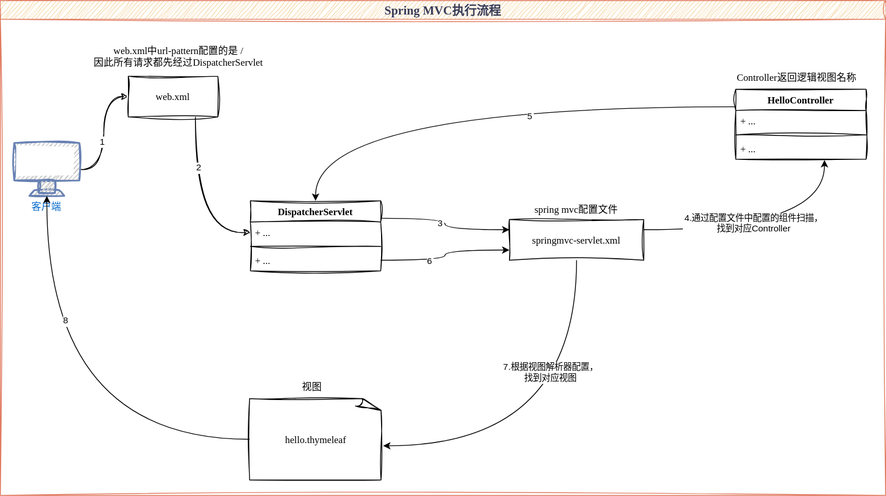
This is diagrams/java_serve/web_application/mvc/SpringMVC执行过程.svg from luguosong/images, a draw.io export, as it was before one commit. Source tidied: cells renumbered, new cells last; positions are measured from the earlier drawing's top-left corner, leaving out a move shared by most shapes.
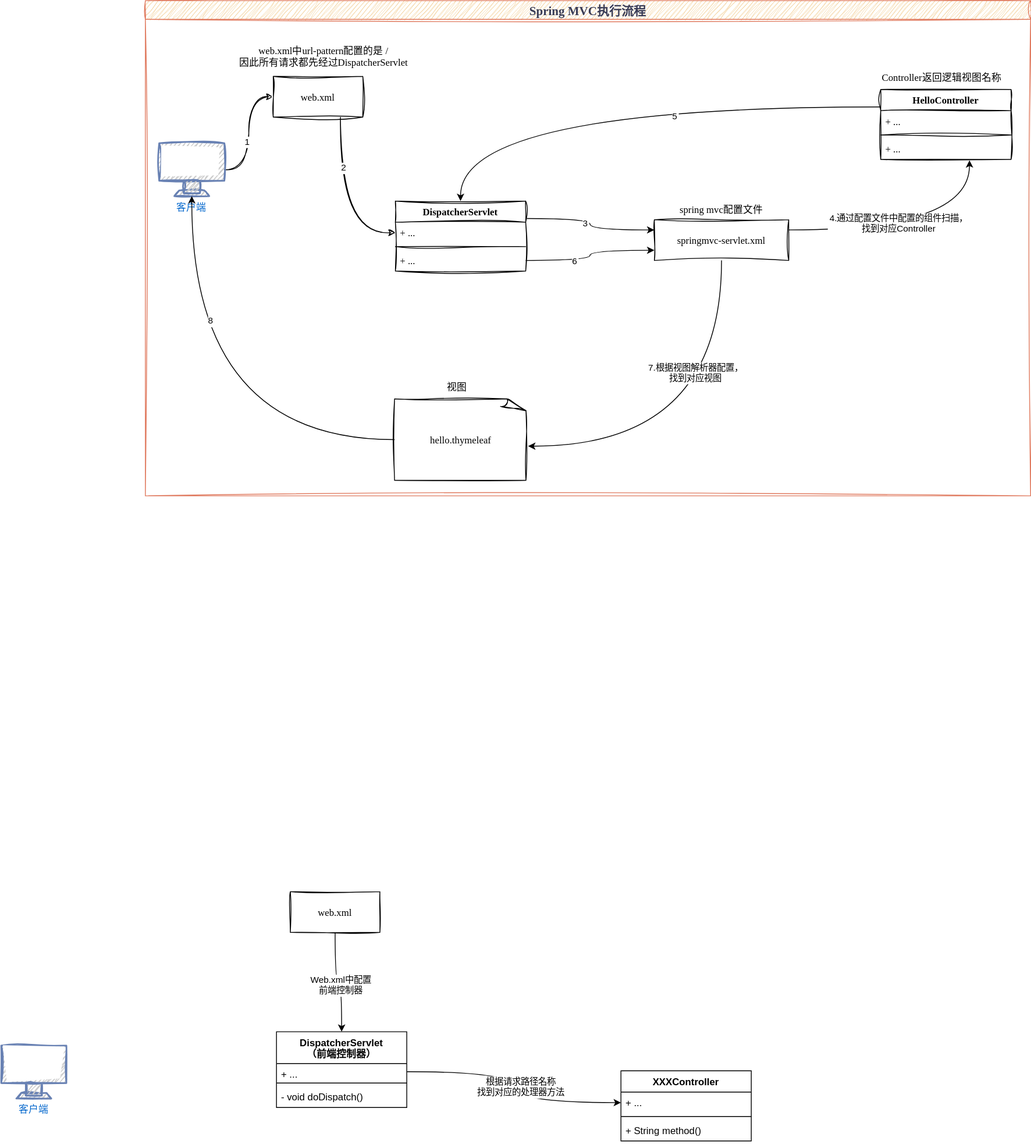
After the commit.

Commit message:
更新SpringMVC执行过程.svg

The edit, as a diff of the source:
```diff
@@ -107,5 +107,49 @@
     <mxCell id="34" value="8" style="edgeLabel;align=center;verticalAlign=middle;" parent="33" vertex="1">
       <mxGeometry x="0.45" y="-23" relative="1" as="geometry" />
     </mxCell>
+    <mxCell id="35" value="DispatcherServlet&#10;（前端控制器）" style="swimlane;fontStyle=1;align=center;verticalAlign=top;horizontal=1;startSize=39;" parent="1" vertex="1">
+      <mxGeometry x="161" y="1266" width="160" height="93" as="geometry" />
+    </mxCell>
+    <mxCell id="36" value="+ ..." style="text;strokeColor=none;fillColor=none;align=left;verticalAlign=top;spacingLeft=4;spacingRight=4;overflow=hidden;points=[[0,0.5],[1,0.5]];portConstraint=eastwest;" parent="35" vertex="1">
+      <mxGeometry y="39" width="160" height="20" as="geometry" />
+    </mxCell>
+    <mxCell id="37" style="line;strokeWidth=1;fillColor=none;align=left;verticalAlign=middle;spacingTop=-1;spacingLeft=3;spacingRight=3;labelPosition=right;strokeColor=inherit;" parent="35" vertex="1">
+      <mxGeometry y="59" width="160" height="8" as="geometry" />
+    </mxCell>
+    <mxCell id="38" value="- void doDispatch()" style="text;strokeColor=none;fillColor=none;align=left;verticalAlign=top;spacingLeft=4;spacingRight=4;overflow=hidden;" parent="35" vertex="1">
+      <mxGeometry y="67" width="160" height="26" as="geometry" />
+    </mxCell>
+    <mxCell id="39" value="客户端" style="fontColor=#0066CC;verticalAlign=top;verticalLabelPosition=bottom;labelPosition=center;align=center;fillColor=#CCCCCC;strokeColor=#6881B3;gradientColor=none;gradientDirection=north;strokeWidth=2;shape=mxgraph.networks.monitor;sketch=1;hachureGap=4;jiggle=2;curveFitting=1;fontFamily=LXGW WenKai;" parent="1" vertex="1">
+      <mxGeometry x="-177" y="1283" width="80" height="65" as="geometry" />
+    </mxCell>
+    <mxCell id="40" style="edgeStyle=orthogonalEdgeStyle;curved=1;rounded=0;jettySize=auto;exitX=0.5;exitY=1;exitDx=0;exitDy=0;" parent="1" edge="1" source="42" target="35">
+      <mxGeometry relative="1" as="geometry" />
+    </mxCell>
+    <mxCell id="41" value="Web.xml中配置&#10;前端控制器" style="edgeLabel;align=center;verticalAlign=middle;" parent="40" vertex="1">
+      <mxGeometry x="0.11" y="-1" relative="1" as="geometry" />
+    </mxCell>
+    <mxCell id="42" value="web.xml" style="fontFamily=LXGW WenKai;sketch=1;curveFitting=1;jiggle=2;" parent="1" vertex="1">
+      <mxGeometry x="178" y="1094" width="110" height="50" as="geometry" />
+    </mxCell>
+    <mxCell id="43" value="XXXController" style="swimlane;fontStyle=1;align=center;verticalAlign=top;horizontal=1;startSize=26;" parent="1" vertex="1">
+      <mxGeometry x="584" y="1314" width="160" height="86" as="geometry" />
+    </mxCell>
+    <mxCell id="44" value="+ ..." style="text;strokeColor=none;fillColor=none;align=left;verticalAlign=top;spacingLeft=4;spacingRight=4;overflow=hidden;points=[[0,0.5],[1,0.5]];portConstraint=eastwest;" parent="43" vertex="1">
+      <mxGeometry y="26" width="160" height="26" as="geometry" />
+    </mxCell>
+    <mxCell id="45" style="line;strokeWidth=1;fillColor=none;align=left;verticalAlign=middle;spacingTop=-1;spacingLeft=3;spacingRight=3;labelPosition=right;strokeColor=inherit;" parent="43" vertex="1">
+      <mxGeometry y="52" width="160" height="8" as="geometry" />
+    </mxCell>
+    <mxCell id="46" value="+ String method()" style="text;strokeColor=none;fillColor=none;align=left;verticalAlign=top;spacingLeft=4;spacingRight=4;overflow=hidden;" parent="43" vertex="1">
+      <mxGeometry y="60" width="160" height="26" as="geometry" />
+    </mxCell>
+    <mxCell id="47" style="edgeStyle=orthogonalEdgeStyle;curved=1;rounded=0;jettySize=auto;exitX=1;exitY=0.5;exitDx=0;exitDy=0;entryX=0;entryY=0.5;entryDx=0;entryDy=0;" parent="1" edge="1" source="36" target="44">
+      <mxGeometry relative="1" as="geometry" />
+    </mxCell>
+    <mxCell id="48" value="根据请求路径名称&#10;找到对应的处理器方法" style="edgeLabel;align=center;verticalAlign=middle;" parent="47" vertex="1">
+      <mxGeometry x="-0.42" y="-5" relative="1" as="geometry">
+        <mxPoint x="53" y="13" as="offset" />
+      </mxGeometry>
+    </mxCell>
   </root>
 </mxGraphModel>
```
